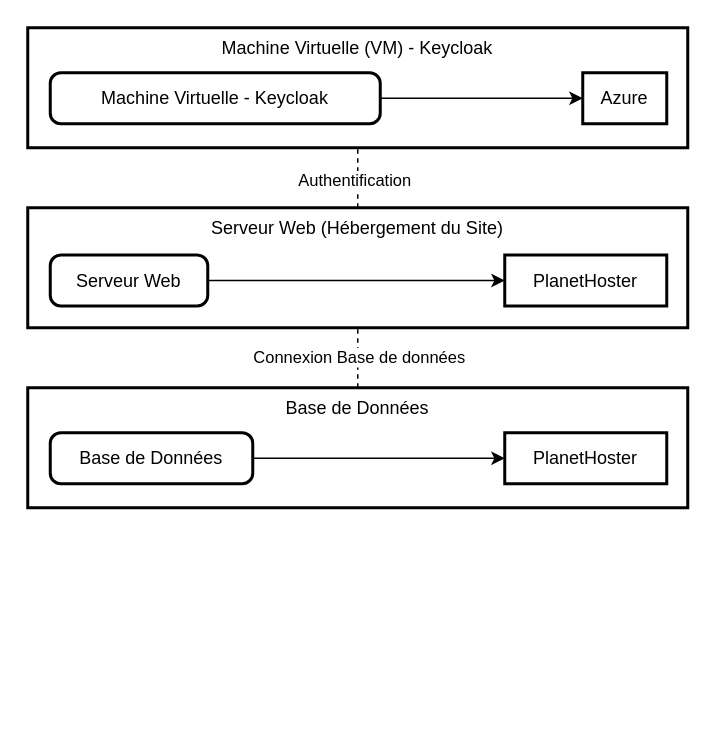
Before: Diagramme sans nom.drawio in LindaArezki/test, a draw.io diagram. Source tidied: cells renumbered, new cells numbered last; positions are measured from the earlier drawing's top-left corner, leaving out a move shared by most shapes. Both pictures are drawn from the tidied source at 150%, with x=0, y=0 at pixel (27, 27).
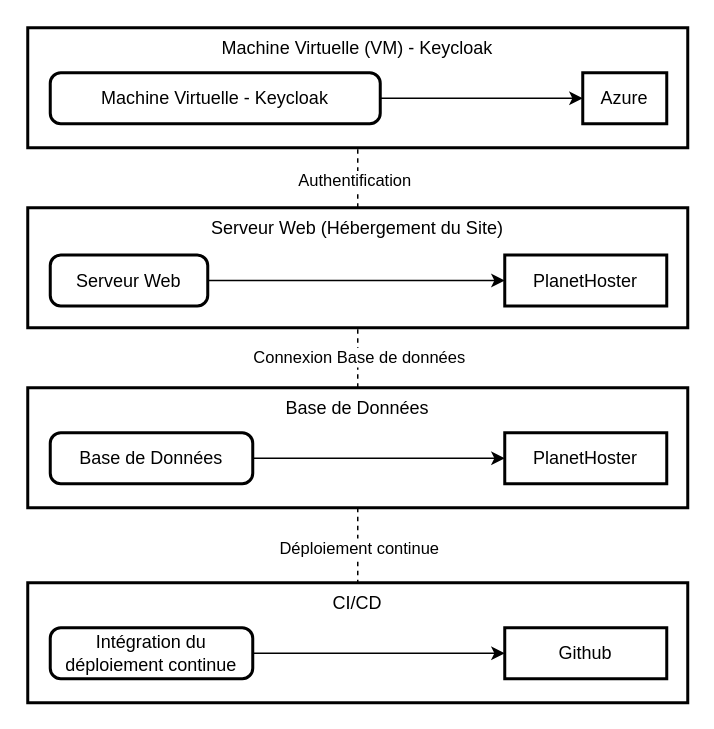
After the change.

Commit message:
Mettre à jour Diagramme sans nom.drawio

The change refers to these unchanged cells:
```xml
<mxCell id="2" value="Base de Données" style="whiteSpace=wrap;strokeWidth=2;verticalAlign=top;" parent="1" vertex="1">
  <mxGeometry y="240" width="440" height="80" as="geometry" />
</mxCell>
```

Change to the diagram source:
```diff
@@
+    <mxCell id="18" value="CI/CD" style="whiteSpace=wrap;strokeWidth=2;verticalAlign=top;" parent="1" vertex="1">
+      <mxGeometry y="370" width="440" height="80" as="geometry" />
+    </mxCell>
+    <mxCell id="19" value="Intégration du déploiement continue" style="rounded=1;absoluteArcSize=1;arcSize=14;whiteSpace=wrap;strokeWidth=2;" parent="1" vertex="1">
+      <mxGeometry x="15" y="400" width="135" height="34" as="geometry" />
+    </mxCell>
+    <mxCell id="20" value="Github" style="whiteSpace=wrap;strokeWidth=2;" parent="1" vertex="1">
+      <mxGeometry x="318" y="400" width="108" height="34" as="geometry" />
+    </mxCell>
+    <mxCell id="21" style="endArrow=classic;html=1;rounded=0;exitX=1;exitY=0.5;exitDx=0;exitDy=0;entryX=0;entryY=0.5;entryDx=0;entryDy=0;" parent="1" edge="1" source="19" target="20">
+      <mxGeometry relative="1" as="geometry" />
+    </mxCell>
+    <mxCell id="22" style="endArrow=none;dashed=1;html=1;rounded=0;exitX=0.5;exitY=1;exitDx=0;exitDy=0;fontFamily=Helvetica;" parent="1" edge="1" source="2">
+      <mxGeometry relative="1" as="geometry">
+        <mxPoint x="220" y="370" as="targetPoint" />
+      </mxGeometry>
+    </mxCell>
+    <mxCell id="23" value="Déploiement continue" style="edgeLabel;html=1;align=center;verticalAlign=middle;" parent="22" vertex="1">
+      <mxGeometry x="0.03" relative="1" as="geometry" />
+    </mxCell>
```
